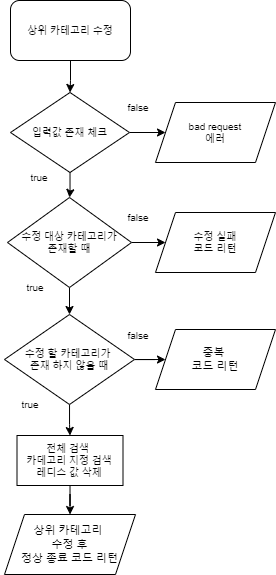
Earlier version of the draw.io export readmefiles/상위카테고리수정.png (Moonbyeonggeun/categoryApi). Source tidied: cells renumbered, new cells last; positions are measured from the earlier drawing's top-left corner, leaving out a move shared by most shapes.
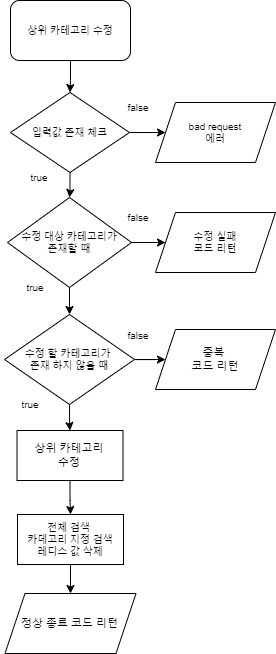
After the commit.

Change to the diagram source:
```diff
@@ -47,9 +47,9 @@
     <mxCell id="16" style="edgeStyle=orthogonalEdgeStyle;rounded=0;jettySize=auto;html=1;" parent="1" edge="1" source="18" target="19">
       <mxGeometry relative="1" as="geometry" />
     </mxCell>
-    <mxCell id="17" style="edgeStyle=orthogonalEdgeStyle;rounded=0;jettySize=auto;html=1;" parent="1" edge="1" source="18" target="24">
-      <mxGeometry relative="1" as="geometry" />
-    </mxCell>
+    <mxCell id="25" style="edgeStyle=orthogonalEdgeStyle;rounded=0;jettySize=auto;html=1;" parent="1" edge="1" source="18" target="27">
+      <mxGeometry relative="1" as="geometry" />
+    </mxCell>
     <mxCell id="18" value="수정 할 카테고리가 &lt;br&gt;존재 하지 않을 때" style="rhombus;whiteSpace=wrap;html=1;fontSize=10;" parent="1" vertex="1">
       <mxGeometry x="4" y="314" width="130" height="90" as="geometry" />
     </mxCell>
@@ -62,14 +62,20 @@
     <mxCell id="21" value="true" style="text;html=1;strokeColor=none;fillColor=none;align=center;verticalAlign=middle;whiteSpace=wrap;rounded=0;fontSize=10;" parent="1" vertex="1">
       <mxGeometry y="389" width="60" height="30" as="geometry" />
     </mxCell>
-    <mxCell id="22" value="&lt;span style=&quot;font-size: 11px;&quot;&gt;상위 카테고리 &lt;br&gt;수정 후&lt;/span&gt;&lt;br style=&quot;font-size: 11px;&quot;&gt;&lt;span style=&quot;font-size: 11px;&quot;&gt;정상 종료 코드 리턴&lt;/span&gt;" style="shape=parallelogram;perimeter=parallelogramPerimeter;whiteSpace=wrap;html=1;fixedSize=1;fontSize=10;" parent="1" vertex="1">
-      <mxGeometry x="4" y="514" width="131" height="60" as="geometry" />
+    <mxCell id="22" value="&lt;span style=&quot;font-size: 11px;&quot;&gt;정상 종료 코드 리턴&lt;/span&gt;" style="shape=parallelogram;perimeter=parallelogramPerimeter;whiteSpace=wrap;html=1;fixedSize=1;fontSize=10;" parent="1" vertex="1">
+      <mxGeometry x="4.5" y="593" width="131" height="60" as="geometry" />
     </mxCell>
     <mxCell id="23" style="edgeStyle=orthogonalEdgeStyle;rounded=0;jettySize=auto;html=1;" parent="1" edge="1" source="24" target="22">
       <mxGeometry relative="1" as="geometry" />
     </mxCell>
     <mxCell id="24" value="전체 검색 &lt;br&gt;카데고리 지정 검색&lt;br&gt;레디스 값 삭제" style="rounded=0;whiteSpace=wrap;html=1;fontSize=10;" parent="1" vertex="1">
-      <mxGeometry x="16.5" y="435" width="106" height="50" as="geometry" />
+      <mxGeometry x="17" y="514" width="106" height="50" as="geometry" />
     </mxCell>
+    <mxCell id="26" style="edgeStyle=orthogonalEdgeStyle;rounded=0;jettySize=auto;html=1;" parent="1" edge="1" source="27" target="24">
+      <mxGeometry relative="1" as="geometry" />
+    </mxCell>
+    <mxCell id="27" value="&lt;span style=&quot;font-size: 11px;&quot;&gt;상위 카테고리&lt;/span&gt;&lt;br style=&quot;font-size: 11px;&quot;&gt;&lt;span style=&quot;font-size: 11px;&quot;&gt;수정&lt;/span&gt;" style="rounded=0;whiteSpace=wrap;html=1;fontSize=10;" parent="1" vertex="1">
+      <mxGeometry x="16.5" y="430" width="106" height="50" as="geometry" />
+    </mxCell>
   </root>
 </mxGraphModel>
```
